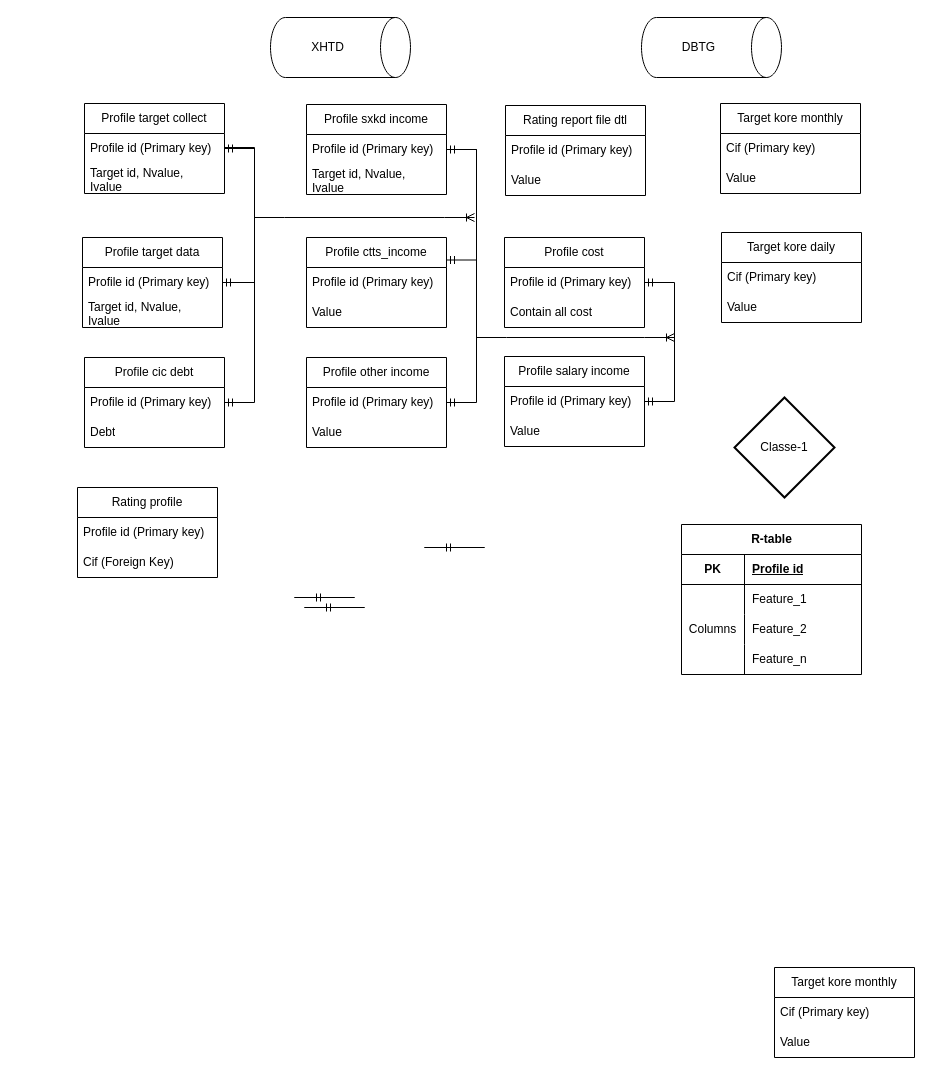
Midland-tanaka/XHTD keeps this draw.io diagram as Data_model_Bscore.drawio. Above is the earlier version. Source tidied: cells renumbered, new cells numbered last; positions are measured from the earlier drawing's top-left corner, leaving out a move shared by most shapes. Both pictures are drawn from the tidied source at 100%, with x=0, y=0 at pixel (77, 17).
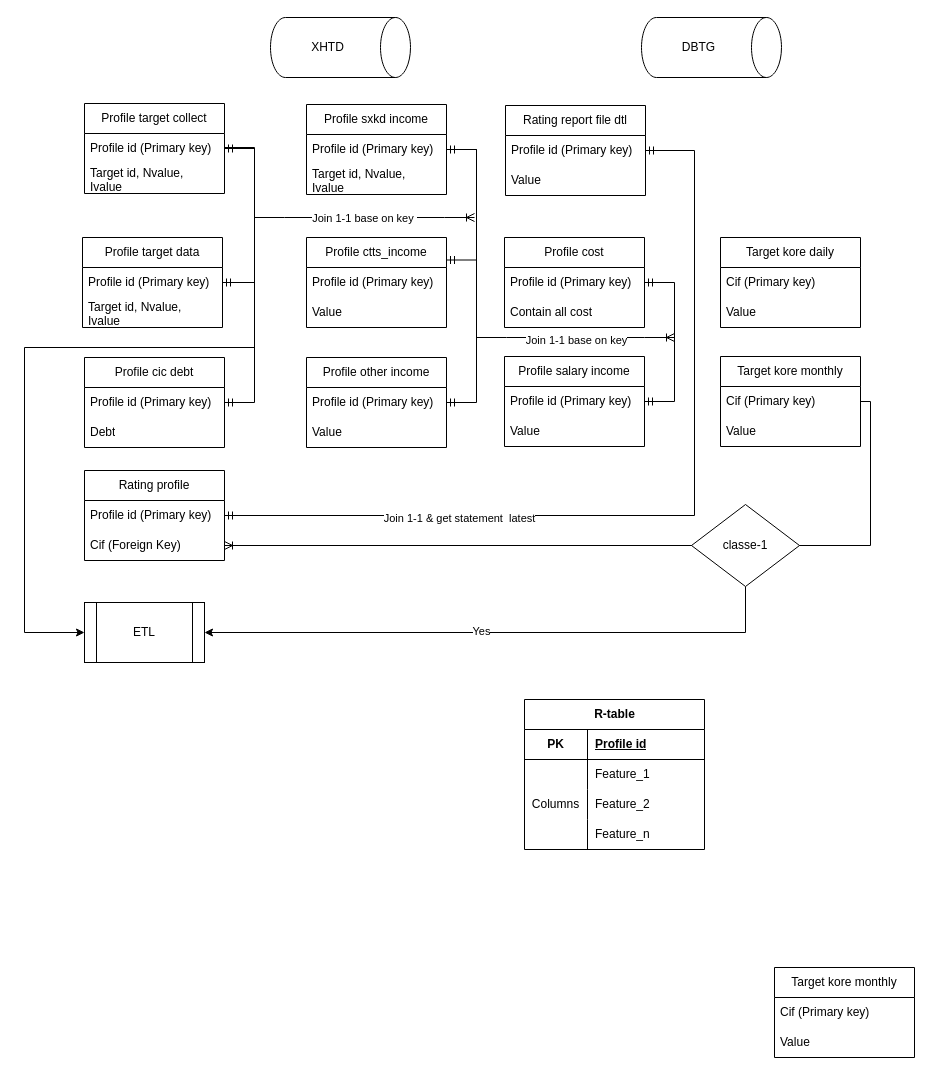
The same page after the edit.

Unchanged cells that the change refers to:
```xml
<mxCell id="4" value="Profile id (Primary key)" style="text;strokeColor=none;fillColor=none;align=left;verticalAlign=middle;spacingLeft=4;spacingRight=4;overflow=hidden;points=[[0,0.5],[1,0.5]];portConstraint=eastwest;whiteSpace=wrap;html=1;" parent="3" vertex="1">
  <mxGeometry y="30" width="140" height="30" as="geometry" />
</mxCell>
<mxCell id="5" value="Cif (Foreign Key)" style="text;strokeColor=none;fillColor=none;align=left;verticalAlign=middle;spacingLeft=4;spacingRight=4;overflow=hidden;points=[[0,0.5],[1,0.5]];portConstraint=eastwest;whiteSpace=wrap;html=1;" parent="3" vertex="1">
  <mxGeometry y="60" width="140" height="30" as="geometry" />
</mxCell>
<mxCell id="7" value="Cif (Primary key)" style="text;strokeColor=none;fillColor=none;align=left;verticalAlign=middle;spacingLeft=4;spacingRight=4;overflow=hidden;points=[[0,0.5],[1,0.5]];portConstraint=eastwest;whiteSpace=wrap;html=1;" parent="6" vertex="1">
  <mxGeometry y="30" width="140" height="30" as="geometry" />
</mxCell>
<mxCell id="41" value="Profile id (Primary key)" style="text;strokeColor=none;fillColor=none;align=left;verticalAlign=middle;spacingLeft=4;spacingRight=4;overflow=hidden;points=[[0,0.5],[1,0.5]];portConstraint=eastwest;whiteSpace=wrap;html=1;" parent="40" vertex="1">
  <mxGeometry y="30" width="140" height="30" as="geometry" />
</mxCell>
<mxCell id="57" style="edgeStyle=entityRelationEdgeStyle;fontSize=12;html=1;endArrow=ERoneToMany;rounded=0;" parent="1" edge="1">
  <mxGeometry relative="1" as="geometry">
    <mxPoint x="177" y="200" as="sourcePoint" />
    <mxPoint x="397" y="200" as="targetPoint" />
  </mxGeometry>
</mxCell>
<mxCell id="58" style="edgeStyle=entityRelationEdgeStyle;fontSize=12;html=1;endArrow=ERoneToMany;rounded=0;" parent="1" edge="1">
  <mxGeometry relative="1" as="geometry">
    <mxPoint x="399" y="320" as="sourcePoint" />
    <mxPoint x="597" y="320" as="targetPoint" />
    <Array as="points">
      <mxPoint x="409" y="320" />
      <mxPoint x="859" y="300" />
    </Array>
  </mxGeometry>
</mxCell>
```

Diff of the diagram source:
```diff
@@
     <mxCell id="3" value="Rating profile" style="swimlane;fontStyle=0;horizontal=1;startSize=30;whiteSpace=wrap;html=1;" parent="1" vertex="1">
-      <mxGeometry y="470" width="140" height="90" as="geometry" />
+      <mxGeometry x="7" y="453" width="140" height="90" as="geometry" />
     </mxCell>
@@
     <mxCell id="6" value="Target kore monthly" style="swimlane;fontStyle=0;horizontal=1;startSize=30;whiteSpace=wrap;html=1;" parent="1" vertex="1">
-      <mxGeometry x="643" y="86" width="140" height="90" as="geometry" />
+      <mxGeometry x="643" y="339" width="140" height="90" as="geometry" />
     </mxCell>
@@
-    <mxCell id="9" value="Classe-1" style="strokeWidth=2;html=1;shape=mxgraph.flowchart.decision;whiteSpace=wrap;" parent="1" vertex="1">
-      <mxGeometry x="657" y="380" width="100" height="100" as="geometry" />
-    </mxCell>
@@
     <mxCell id="43" value="R-table" style="shape=table;startSize=30;childLayout=tableLayout;rowLines=0;fontStyle=1;align=center;html=1;" parent="1" vertex="1">
-      <mxGeometry x="604" y="507" width="180" height="150" as="geometry" />
+      <mxGeometry x="447" y="682" width="180" height="150" as="geometry" />
     </mxCell>
@@
+    <mxCell id="67" value="Join 1-1 base on key&amp;nbsp;" style="edgeLabel;html=1;align=center;verticalAlign=middle;" parent="57" vertex="1">
+      <mxGeometry x="-0.01" relative="1" as="geometry" />
+    </mxCell>
@@
+    <mxCell id="68" value="Join 1-1 base on key" style="edgeLabel;html=1;align=center;verticalAlign=middle;" parent="58" vertex="1">
+      <mxGeometry y="-2" relative="1" as="geometry" />
+    </mxCell>
     <mxCell id="59" value="Target kore daily" style="swimlane;fontStyle=0;horizontal=1;startSize=30;whiteSpace=wrap;html=1;" parent="1" vertex="1">
-      <mxGeometry x="644" y="215" width="140" height="90" as="geometry" />
+      <mxGeometry x="643" y="220" width="140" height="90" as="geometry" />
     </mxCell>
@@
-    <mxCell id="62" style="edgeStyle=entityRelationEdgeStyle;fontSize=12;html=1;endArrow=ERmandOne;rounded=0;entryX=1;entryY=0.5;entryDx=0;entryDy=0;startSize=0;strokeWidth=1;endSize=6;jumpSize=6;" parent="1" edge="1">
-      <mxGeometry relative="1" as="geometry">
-        <mxPoint x="377" y="530" as="sourcePoint" />
-        <mxPoint x="377" y="530" as="targetPoint" />
-        <Array as="points">
-          <mxPoint x="407" y="525" />
-          <mxPoint x="477" y="530" />
-          <mxPoint x="337" y="530" />
-          <mxPoint x="407" y="530" />
-          <mxPoint x="447" y="530" />
-          <mxPoint x="447" y="540" />
-          <mxPoint x="497" y="550" />
-          <mxPoint x="347" y="530" />
-          <mxPoint x="167" y="260" />
-          <mxPoint x="177" y="260" />
-          <mxPoint x="387" y="530" />
-          <mxPoint x="347" y="530" />
-          <mxPoint x="361" y="530" />
-          <mxPoint x="387" y="535.5" />
-          <mxPoint x="367" y="530" />
-          <mxPoint x="327" y="230" />
-        </Array>
-      </mxGeometry>
-    </mxCell>
-    <mxCell id="63" style="edgeStyle=entityRelationEdgeStyle;fontSize=12;html=1;endArrow=ERmandOne;rounded=0;entryX=1;entryY=0.5;entryDx=0;entryDy=0;" parent="1" edge="1">
-      <mxGeometry relative="1" as="geometry">
-        <mxPoint x="247" y="580" as="sourcePoint" />
-        <mxPoint x="247" y="580" as="targetPoint" />
-        <Array as="points">
-          <mxPoint x="277" y="575" />
-          <mxPoint x="207" y="290" />
-          <mxPoint x="237" y="580" />
-          <mxPoint x="197" y="280" />
-        </Array>
-      </mxGeometry>
-    </mxCell>
-    <mxCell id="64" style="edgeStyle=entityRelationEdgeStyle;fontSize=12;html=1;endArrow=ERmandOne;rounded=0;entryX=1;entryY=0.5;entryDx=0;entryDy=0;" parent="1" edge="1">
-      <mxGeometry relative="1" as="geometry">
-        <mxPoint x="257" y="590" as="sourcePoint" />
-        <mxPoint x="257" y="590" as="targetPoint" />
-        <Array as="points">
-          <mxPoint x="287" y="585" />
-          <mxPoint x="217" y="300" />
-          <mxPoint x="377" y="590" />
-          <mxPoint x="247" y="590" />
-          <mxPoint x="207" y="290" />
-        </Array>
-      </mxGeometry>
-    </mxCell>
@@
+    <mxCell id="69" style="edgeStyle=orthogonalEdgeStyle;fontSize=12;html=1;endArrow=ERoneToMany;rounded=0;exitX=1;exitY=0.5;exitDx=0;exitDy=0;" parent="1" edge="1" source="7" target="5">
+      <mxGeometry relative="1" as="geometry" />
+    </mxCell>
+    <mxCell id="70" style="edgeStyle=orthogonalEdgeStyle;rounded=0;jettySize=auto;html=1;" parent="1" edge="1" source="72" target="75">
+      <mxGeometry relative="1" as="geometry">
+        <Array as="points">
+          <mxPoint x="668" y="615" />
+        </Array>
+      </mxGeometry>
+    </mxCell>
+    <mxCell id="71" value="Yes" style="edgeLabel;html=1;align=center;verticalAlign=middle;" parent="70" vertex="1">
+      <mxGeometry x="0.06" y="-2" relative="1" as="geometry" />
+    </mxCell>
+    <mxCell id="72" value="classe-1" style="shape=rhombus;perimeter=rhombusPerimeter;whiteSpace=wrap;html=1;align=center;" parent="1" vertex="1">
+      <mxGeometry x="614" y="487" width="108" height="82" as="geometry" />
+    </mxCell>
+    <mxCell id="73" style="edgeStyle=orthogonalEdgeStyle;fontSize=12;html=1;endArrow=ERmandOne;startArrow=ERmandOne;rounded=0;exitX=1;exitY=0.5;exitDx=0;exitDy=0;entryX=1;entryY=0.5;entryDx=0;entryDy=0;" parent="1" edge="1" source="4" target="41">
+      <mxGeometry relative="1" as="geometry">
+        <Array as="points">
+          <mxPoint x="617" y="498" />
+          <mxPoint x="617" y="133" />
+        </Array>
+      </mxGeometry>
+    </mxCell>
+    <mxCell id="74" value="Join 1-1 &amp;amp; get statement&amp;nbsp; latest" style="edgeLabel;html=1;align=center;verticalAlign=middle;strokeColor=#3399FF;" parent="73" vertex="1">
+      <mxGeometry x="-0.47" y="-2" relative="1" as="geometry" />
+    </mxCell>
+    <mxCell id="75" value="ETL" style="shape=process;whiteSpace=wrap;html=1;backgroundOutline=1;" parent="1" vertex="1">
+      <mxGeometry x="7" y="585" width="120" height="60" as="geometry" />
+    </mxCell>
+    <mxCell id="76" style="endArrow=classic;html=1;rounded=0;edgeStyle=orthogonalEdgeStyle;entryX=0;entryY=0.5;entryDx=0;entryDy=0;" parent="1" edge="1" target="75">
+      <mxGeometry relative="1" as="geometry">
+        <mxPoint x="177" y="200" as="sourcePoint" />
+        <Array as="points">
+          <mxPoint x="177" y="330" />
+          <mxPoint x="-53" y="330" />
+          <mxPoint x="-53" y="615" />
+        </Array>
+      </mxGeometry>
+    </mxCell>
```
